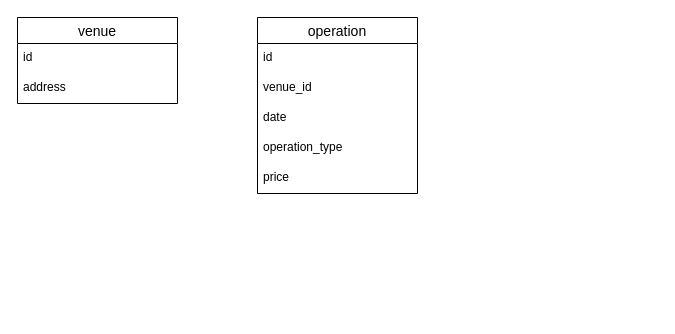
The draw.io diagram Диаграмма без названия.drawio in arthurshelbaev/99-bottles, before the edit. Source tidied: cells renumbered, new cells numbered last; positions are measured from the earlier drawing's top-left corner, leaving out a move shared by most shapes. Both pictures are drawn from the tidied source at 100%, with x=0, y=0 at pixel (17, 17).
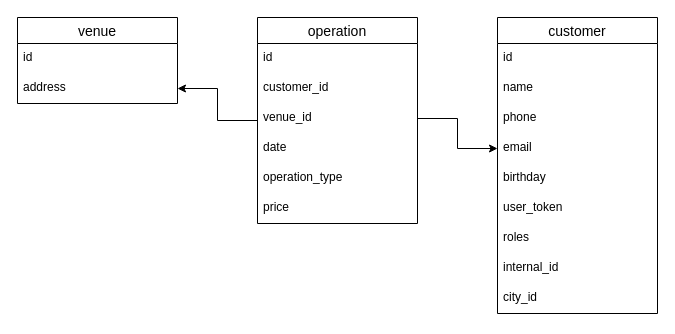
The same diagram, later.

Unchanged cells that the change refers to:
```xml
<mxCell id="4" value="address" style="text;strokeColor=none;fillColor=none;spacingLeft=4;spacingRight=4;overflow=hidden;points=[[0,0.5],[1,0.5]];portConstraint=eastwest;fontSize=12;whiteSpace=wrap;html=1;" parent="2" vertex="1">
  <mxGeometry y="56" width="160" height="30" as="geometry" />
</mxCell>
```

Change to the diagram source:
```diff
@@
+    <mxCell id="11" style="edgeStyle=orthogonalEdgeStyle;rounded=0;jettySize=auto;html=1;" parent="1" edge="1" source="5" target="4">
+      <mxGeometry relative="1" as="geometry" />
+    </mxCell>
     <mxCell id="5" value="operation" style="swimlane;fontStyle=0;horizontal=1;startSize=26;align=center;fontSize=14;" parent="1" vertex="1">
-      <mxGeometry x="240" width="160" height="176" as="geometry" />
+      <mxGeometry x="240" width="160" height="206" as="geometry" />
     </mxCell>
@@
-    <mxCell id="7" value="venue_id" style="text;strokeColor=none;fillColor=none;spacingLeft=4;spacingRight=4;overflow=hidden;fontSize=12;whiteSpace=wrap;html=1;" parent="5" vertex="1">
+    <mxCell id="7" value="customer_id" style="text;strokeColor=none;fillColor=none;spacingLeft=4;spacingRight=4;overflow=hidden;fontSize=12;whiteSpace=wrap;html=1;" parent="5" vertex="1">
       <mxGeometry y="56" width="160" height="30" as="geometry" />
     </mxCell>
+    <mxCell id="12" value="venue_id" style="text;strokeColor=none;fillColor=none;spacingLeft=4;spacingRight=4;overflow=hidden;points=[[0,0.5],[1,0.5]];portConstraint=eastwest;fontSize=12;whiteSpace=wrap;html=1;" parent="5" vertex="1">
+      <mxGeometry y="86" width="160" height="30" as="geometry" />
+    </mxCell>
     <mxCell id="8" value="date" style="text;strokeColor=none;fillColor=none;spacingLeft=4;spacingRight=4;overflow=hidden;fontSize=12;whiteSpace=wrap;html=1;" parent="5" vertex="1">
-      <mxGeometry y="86" width="160" height="30" as="geometry" />
+      <mxGeometry y="116" width="160" height="30" as="geometry" />
     </mxCell>
     <mxCell id="9" value="operation_type" style="text;strokeColor=none;fillColor=none;spacingLeft=4;spacingRight=4;overflow=hidden;fontSize=12;whiteSpace=wrap;html=1;" parent="5" vertex="1">
-      <mxGeometry y="116" width="160" height="30" as="geometry" />
+      <mxGeometry y="146" width="160" height="30" as="geometry" />
     </mxCell>
     <mxCell id="10" value="price" style="text;strokeColor=none;fillColor=none;spacingLeft=4;spacingRight=4;overflow=hidden;fontSize=12;whiteSpace=wrap;html=1;" parent="5" vertex="1">
-      <mxGeometry y="146" width="160" height="30" as="geometry" />
+      <mxGeometry y="176" width="160" height="30" as="geometry" />
     </mxCell>
+    <mxCell id="13" value="customer" style="swimlane;fontStyle=0;horizontal=1;startSize=26;align=center;fontSize=14;" parent="1" vertex="1">
+      <mxGeometry x="480" width="160" height="296" as="geometry" />
+    </mxCell>
+    <mxCell id="14" value="id" style="text;strokeColor=none;fillColor=none;spacingLeft=4;spacingRight=4;overflow=hidden;fontSize=12;whiteSpace=wrap;html=1;" parent="13" vertex="1">
+      <mxGeometry y="26" width="160" height="30" as="geometry" />
+    </mxCell>
+    <mxCell id="15" value="name" style="text;strokeColor=none;fillColor=none;spacingLeft=4;spacingRight=4;overflow=hidden;fontSize=12;whiteSpace=wrap;html=1;" parent="13" vertex="1">
+      <mxGeometry y="56" width="160" height="30" as="geometry" />
+    </mxCell>
+    <mxCell id="16" value="phone" style="text;strokeColor=none;fillColor=none;spacingLeft=4;spacingRight=4;overflow=hidden;fontSize=12;whiteSpace=wrap;html=1;" parent="13" vertex="1">
+      <mxGeometry y="86" width="160" height="30" as="geometry" />
+    </mxCell>
+    <mxCell id="17" value="email" style="text;strokeColor=none;fillColor=none;spacingLeft=4;spacingRight=4;overflow=hidden;points=[[0,0.5],[1,0.5]];portConstraint=eastwest;fontSize=12;whiteSpace=wrap;html=1;" parent="13" vertex="1">
+      <mxGeometry y="116" width="160" height="30" as="geometry" />
+    </mxCell>
+    <mxCell id="18" value="birthday" style="text;strokeColor=none;fillColor=none;spacingLeft=4;spacingRight=4;overflow=hidden;fontSize=12;whiteSpace=wrap;html=1;" parent="13" vertex="1">
+      <mxGeometry y="146" width="160" height="30" as="geometry" />
+    </mxCell>
+    <mxCell id="19" value="user_token" style="text;strokeColor=none;fillColor=none;spacingLeft=4;spacingRight=4;overflow=hidden;fontSize=12;whiteSpace=wrap;html=1;" parent="13" vertex="1">
+      <mxGeometry y="176" width="160" height="30" as="geometry" />
+    </mxCell>
+    <mxCell id="20" value="roles" style="text;strokeColor=none;fillColor=none;spacingLeft=4;spacingRight=4;overflow=hidden;fontSize=12;whiteSpace=wrap;html=1;" parent="13" vertex="1">
+      <mxGeometry y="206" width="160" height="30" as="geometry" />
+    </mxCell>
+    <mxCell id="21" value="internal_id" style="text;strokeColor=none;fillColor=none;spacingLeft=4;spacingRight=4;overflow=hidden;fontSize=12;whiteSpace=wrap;html=1;" parent="13" vertex="1">
+      <mxGeometry y="236" width="160" height="30" as="geometry" />
+    </mxCell>
+    <mxCell id="22" value="city_id" style="text;strokeColor=none;fillColor=none;spacingLeft=4;spacingRight=4;overflow=hidden;fontSize=12;whiteSpace=wrap;html=1;" parent="13" vertex="1">
+      <mxGeometry y="266" width="160" height="30" as="geometry" />
+    </mxCell>
+    <mxCell id="23" style="edgeStyle=orthogonalEdgeStyle;rounded=0;jettySize=auto;html=1;" parent="1" edge="1" source="12" target="17">
+      <mxGeometry relative="1" as="geometry" />
+    </mxCell>
```
